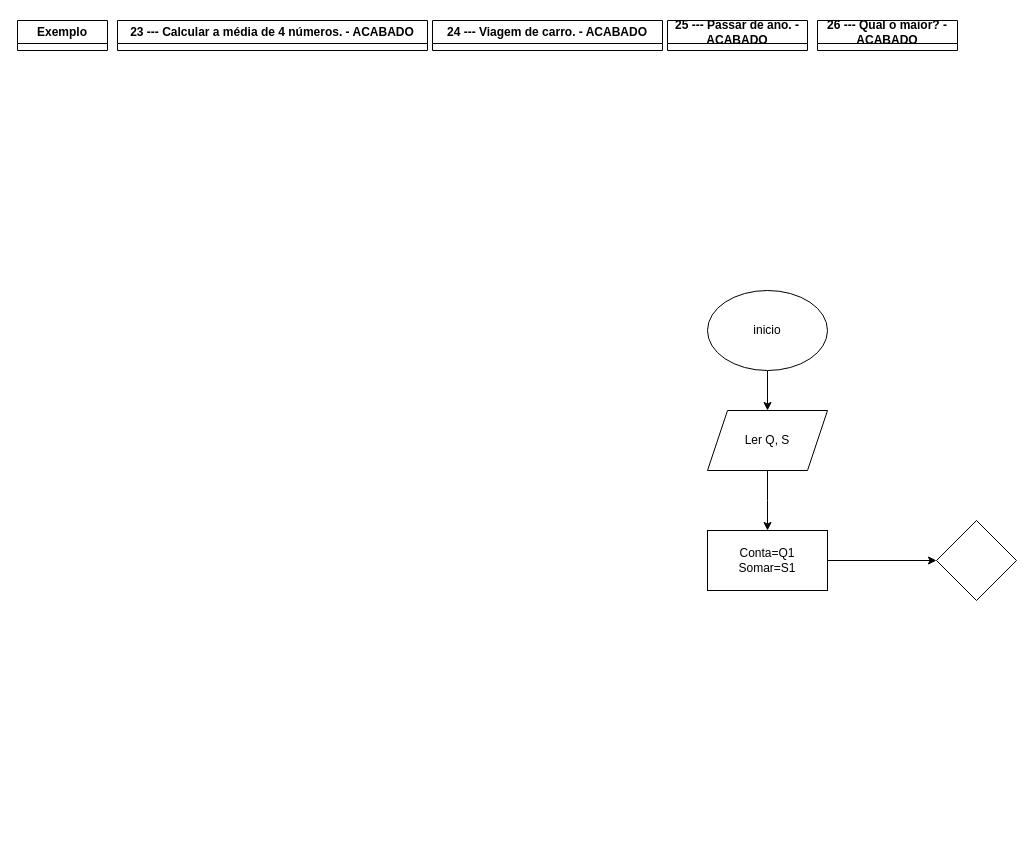
Above: fluxogramas adiantados.drawio in pedrooomrqs/fluxograms (draw.io), before the change. Source tidied: cells renumbered, new cells numbered last; positions are measured from the earlier drawing's top-left corner, leaving out a move shared by most shapes. Both pictures are drawn from the tidied source at 100%, with x=0, y=0 at pixel (17, 20).
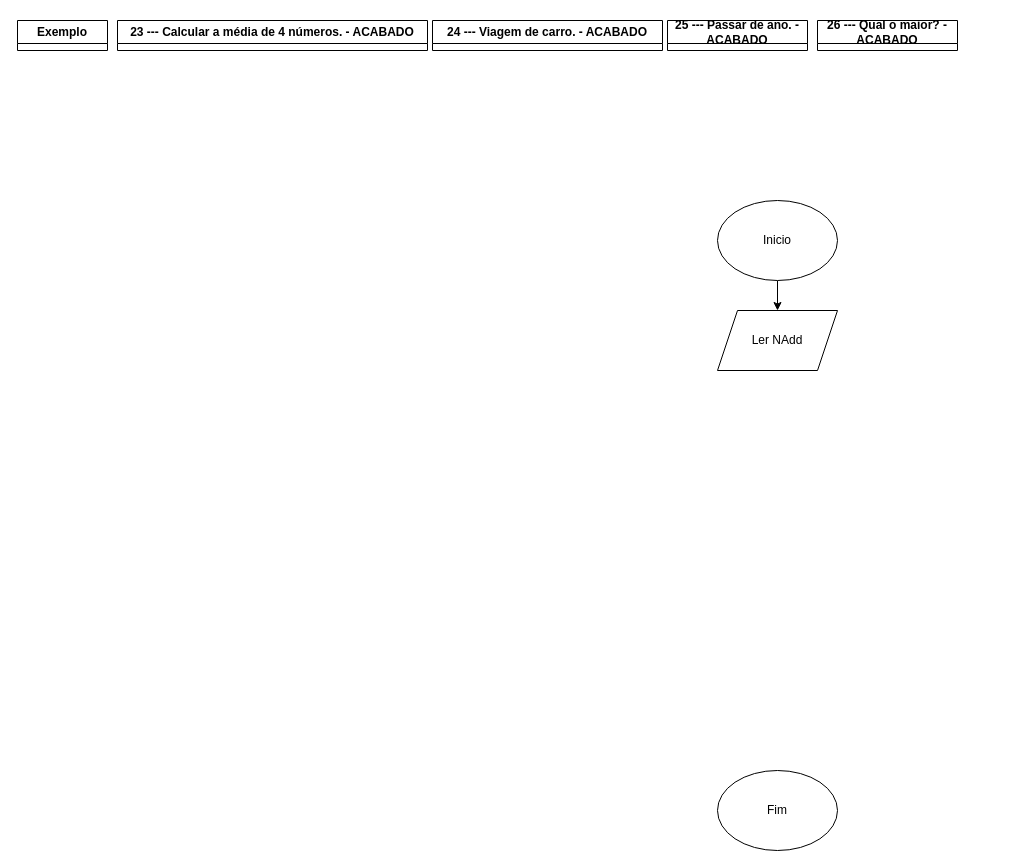
The same page after the edit.

Change to the diagram source:
```diff
@@
 <mxGraphModel>
   <root>
     <mxCell id="0" />
     <mxCell id="1" parent="0" />
     <mxCell id="2" value="25 ---&amp;nbsp;&lt;span style=&quot;background-color: initial;&quot;&gt;Passar de ano. - ACABADO&lt;/span&gt;" style="swimlane;whiteSpace=wrap;html=1;" parent="1" vertex="1" collapsed="1">
       <mxGeometry x="650" width="140" height="30" as="geometry" />
     </mxCell>
-    <mxCell id="3" style="edgeStyle=orthogonalEdgeStyle;rounded=0;jettySize=auto;html=1;" parent="1" edge="1" source="4" target="6">
-      <mxGeometry relative="1" as="geometry" />
-    </mxCell>
-    <mxCell id="4" value="inicio" style="ellipse;whiteSpace=wrap;html=1;" parent="1" vertex="1">
-      <mxGeometry x="690" y="270" width="120" height="80" as="geometry" />
-    </mxCell>
-    <mxCell id="5" style="edgeStyle=orthogonalEdgeStyle;rounded=0;jettySize=auto;html=1;" parent="1" edge="1" source="6">
-      <mxGeometry relative="1" as="geometry">
-        <mxPoint x="750" y="510" as="targetPoint" />
-      </mxGeometry>
-    </mxCell>
-    <mxCell id="6" value="Ler Q, S" style="shape=parallelogram;perimeter=parallelogramPerimeter;whiteSpace=wrap;html=1;fixedSize=1;" parent="1" vertex="1">
-      <mxGeometry x="690" y="390" width="120" height="60" as="geometry" />
-    </mxCell>
-    <mxCell id="7" style="edgeStyle=orthogonalEdgeStyle;rounded=0;jettySize=auto;html=1;" parent="1" edge="1" source="8" target="9">
-      <mxGeometry relative="1" as="geometry" />
-    </mxCell>
-    <mxCell id="8" value="Conta=Q1&lt;div&gt;Somar=S1&lt;/div&gt;" style="rounded=0;whiteSpace=wrap;html=1;" parent="1" vertex="1">
-      <mxGeometry x="690" y="510" width="120" height="60" as="geometry" />
-    </mxCell>
-    <mxCell id="9" style="rhombus;whiteSpace=wrap;html=1;" parent="1" vertex="1">
-      <mxGeometry x="919" y="500" width="80" height="80" as="geometry" />
-    </mxCell>
     <mxCell id="10" value="26 --- Qual o maior? - ACABADO" style="swimlane;whiteSpace=wrap;html=1;" parent="1" vertex="1" collapsed="1">
       <mxGeometry x="800" width="140" height="30" as="geometry" />
     </mxCell>
     <mxCell id="11" value="Exemplo" style="swimlane;whiteSpace=wrap;html=1;" parent="1" vertex="1" collapsed="1">
       <mxGeometry width="90" height="30" as="geometry" />
     </mxCell>
     <mxCell id="12" value="23 --- Calcular a média de 4 números.&lt;span style=&quot;background-color: initial;&quot;&gt;&amp;nbsp;- ACABADO&lt;/span&gt;" style="swimlane;whiteSpace=wrap;html=1;startSize=23;" parent="1" vertex="1" collapsed="1">
       <mxGeometry x="100" width="310" height="30" as="geometry" />
     </mxCell>
     <mxCell id="13" value="24 --- Viagem de carro. - ACABADO" style="swimlane;whiteSpace=wrap;html=1;startSize=23;" parent="1" vertex="1" collapsed="1">
       <mxGeometry x="415" width="230" height="30" as="geometry" />
     </mxCell>
+    <mxCell id="14" style="edgeStyle=orthogonalEdgeStyle;rounded=0;jettySize=auto;html=1;" parent="1" edge="1" source="15" target="17">
+      <mxGeometry relative="1" as="geometry" />
+    </mxCell>
+    <mxCell id="15" value="Inicio" style="ellipse;whiteSpace=wrap;html=1;" parent="1" vertex="1">
+      <mxGeometry x="700" y="180" width="120" height="80" as="geometry" />
+    </mxCell>
+    <mxCell id="16" value="Fim" style="ellipse;whiteSpace=wrap;html=1;" parent="1" vertex="1">
+      <mxGeometry x="700" y="750" width="120" height="80" as="geometry" />
+    </mxCell>
+    <mxCell id="17" value="Ler NAdd" style="shape=parallelogram;perimeter=parallelogramPerimeter;whiteSpace=wrap;html=1;fixedSize=1;" parent="1" vertex="1">
+      <mxGeometry x="700" y="290" width="120" height="60" as="geometry" />
+    </mxCell>
   </root>
 </mxGraphModel>
```
